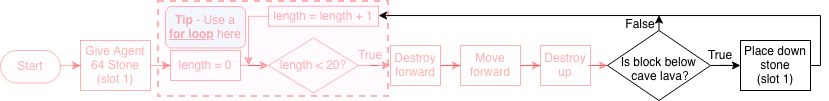
Before: tutorials/python-islands/island-7/autominer/images/flowchart-landscape_4.png, a diagram exported from draw.io (CausewayDigital/Minecraft-EE-MakeCode). Source tidied: cells renumbered, new cells last; positions are measured from the earlier drawing's top-left corner, leaving out a move shared by most shapes.
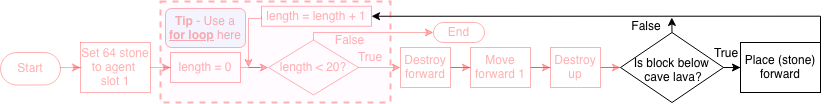
Later version of the same file.

Commit message:
Updated flowchart images for autominer

What changed in the source:
```diff
@@ -2,78 +2,90 @@
   <root>
     <mxCell id="0" />
     <mxCell id="1" parent="0" />
-    <mxCell id="2" style="edgeStyle=orthogonalEdgeStyle;rounded=0;jettySize=auto;html=1;strokeColor=#FF0000;opacity=30;fontColor=#FF0000;textOpacity=30;" parent="1" edge="1" target="4">
+    <mxCell id="2" style="edgeStyle=orthogonalEdgeStyle;rounded=0;jettySize=auto;html=1;fontColor=#FF0000;textOpacity=30;strokeColor=#FF0000;opacity=30;" parent="1" edge="1" target="4">
       <mxGeometry relative="1" as="geometry">
         <mxPoint x="60" y="64" as="sourcePoint" />
       </mxGeometry>
     </mxCell>
-    <mxCell id="3" style="edgeStyle=orthogonalEdgeStyle;rounded=0;jettySize=auto;html=1;shadow=0;strokeColor=#FF0000;opacity=30;fontColor=#FF0000;textOpacity=30;" parent="1" edge="1" source="4" target="6">
+    <mxCell id="3" style="edgeStyle=orthogonalEdgeStyle;rounded=0;jettySize=auto;html=1;shadow=0;fontColor=#FF0000;textOpacity=30;strokeColor=#FF0000;opacity=30;" parent="1" edge="1" source="4" target="6">
       <mxGeometry relative="1" as="geometry" />
     </mxCell>
-    <mxCell id="4" value="&lt;div&gt;Give Agent 64 Stone&lt;/div&gt;(slot 1)" style="rounded=0;whiteSpace=wrap;html=1;strokeColor=#FF0000;opacity=30;fontColor=#FF0000;textOpacity=30;" parent="1" vertex="1">
+    <mxCell id="4" value="Set 64 stone to agent&amp;nbsp;&lt;div&gt;slot 1&lt;/div&gt;" style="rounded=0;whiteSpace=wrap;html=1;fontColor=#FF0000;textOpacity=30;strokeColor=#FF0000;opacity=30;" parent="1" vertex="1">
       <mxGeometry x="80" y="39" width="70" height="50" as="geometry" />
     </mxCell>
-    <mxCell id="5" style="edgeStyle=orthogonalEdgeStyle;rounded=0;jettySize=auto;html=1;shadow=0;strokeColor=#FF0000;opacity=30;" parent="1" edge="1" source="6" target="8">
+    <mxCell id="5" style="edgeStyle=orthogonalEdgeStyle;rounded=0;jettySize=auto;html=1;shadow=0;fontColor=#FF0000;textOpacity=30;strokeColor=#FF0000;opacity=30;" parent="1" edge="1" source="6" target="8">
       <mxGeometry relative="1" as="geometry" />
     </mxCell>
-    <mxCell id="6" value="length = 0" style="rounded=0;whiteSpace=wrap;html=1;shadow=0;strokeColor=#FF0000;opacity=30;fontColor=#FF0000;textOpacity=30;" parent="1" vertex="1">
+    <mxCell id="6" value="length = 0" style="rounded=0;whiteSpace=wrap;html=1;shadow=0;fontColor=#FF0000;textOpacity=30;strokeColor=#FF0000;opacity=30;" parent="1" vertex="1">
       <mxGeometry x="170" y="49" width="70" height="30" as="geometry" />
     </mxCell>
-    <mxCell id="7" style="edgeStyle=orthogonalEdgeStyle;rounded=0;jettySize=auto;html=1;shadow=0;strokeColor=#FF0000;opacity=30;fontColor=#FF0000;textOpacity=30;" parent="1" edge="1" source="8" target="10">
+    <mxCell id="7" style="edgeStyle=orthogonalEdgeStyle;rounded=0;jettySize=auto;html=1;shadow=0;fontColor=#FF0000;textOpacity=30;strokeColor=#FF0000;opacity=30;" parent="1" edge="1" source="8" target="10">
       <mxGeometry relative="1" as="geometry" />
     </mxCell>
+    <mxCell id="28" style="edgeStyle=orthogonalEdgeStyle;rounded=0;jettySize=auto;html=1;exitX=0.5;exitY=0;exitDx=0;exitDy=0;fontSize=12;fontColor=#FF0000;textOpacity=30;strokeColor=#FF0000;opacity=30;" parent="1" edge="1" source="8" target="31">
+      <mxGeometry relative="1" as="geometry">
+        <Array as="points">
+          <mxPoint x="313" y="29" />
+        </Array>
+      </mxGeometry>
+    </mxCell>
+    <mxCell id="29" value="&lt;font style=&quot;font-size: 12px;&quot;&gt;False&lt;/font&gt;" style="edgeLabel;html=1;align=center;verticalAlign=middle;fontColor=#FF0000;textOpacity=30;" parent="28" vertex="1">
+      <mxGeometry x="-0.48" y="1" relative="1" as="geometry">
+        <mxPoint x="10" y="9" as="offset" />
+      </mxGeometry>
+    </mxCell>
-    <mxCell id="8" value="length &amp;lt; 20?" style="rhombus;whiteSpace=wrap;html=1;shadow=0;strokeColor=#FF0000;opacity=30;fontColor=#FF0000;textOpacity=30;" parent="1" vertex="1">
+    <mxCell id="8" value="length &amp;lt; 20?" style="rhombus;whiteSpace=wrap;html=1;shadow=0;fontColor=#FF0000;textOpacity=30;strokeColor=#FF0000;opacity=30;" parent="1" vertex="1">
       <mxGeometry x="268" y="36.5" width="90" height="55" as="geometry" />
     </mxCell>
     <mxCell id="9" style="edgeStyle=orthogonalEdgeStyle;rounded=0;jettySize=auto;html=1;shadow=0;strokeColor=#FF0000;opacity=30;fontColor=#FF0000;textOpacity=30;" parent="1" edge="1" source="10" target="12">
       <mxGeometry relative="1" as="geometry" />
     </mxCell>
     <mxCell id="10" value="Destroy forward" style="rounded=0;whiteSpace=wrap;html=1;shadow=0;strokeColor=#FF0000;opacity=30;fontColor=#FF0000;textOpacity=30;" parent="1" vertex="1">
-      <mxGeometry x="390" y="44" width="50" height="40" as="geometry" />
+      <mxGeometry x="400" y="44" width="50" height="40" as="geometry" />
     </mxCell>
     <mxCell id="11" style="edgeStyle=orthogonalEdgeStyle;rounded=0;jettySize=auto;html=1;exitX=1;exitY=0.5;exitDx=0;exitDy=0;shadow=0;strokeColor=#FF0000;opacity=30;fontColor=#FF0000;textOpacity=30;" parent="1" edge="1" source="12" target="14">
       <mxGeometry relative="1" as="geometry" />
     </mxCell>
-    <mxCell id="12" value="Move forward" style="rounded=0;whiteSpace=wrap;html=1;shadow=0;strokeColor=#FF0000;opacity=30;fontColor=#FF0000;textOpacity=30;" parent="1" vertex="1">
-      <mxGeometry x="460" y="44" width="60" height="40" as="geometry" />
+    <mxCell id="12" value="Move forward 1" style="rounded=0;whiteSpace=wrap;html=1;shadow=0;strokeColor=#FF0000;opacity=30;fontColor=#FF0000;textOpacity=30;" parent="1" vertex="1">
+      <mxGeometry x="470" y="44" width="60" height="40" as="geometry" />
     </mxCell>
-    <mxCell id="13" style="edgeStyle=orthogonalEdgeStyle;rounded=0;jettySize=auto;html=1;shadow=0;strokeColor=#FF0000;opacity=30;fontColor=#FF0000;textOpacity=30;" parent="1" edge="1" source="14" target="17">
+    <mxCell id="13" style="edgeStyle=orthogonalEdgeStyle;rounded=0;jettySize=auto;html=1;shadow=0;fontColor=#FF0000;textOpacity=30;strokeColor=#FF0000;opacity=30;" parent="1" edge="1" source="14" target="17">
       <mxGeometry relative="1" as="geometry" />
     </mxCell>
     <mxCell id="14" value="Destroy up" style="rounded=0;whiteSpace=wrap;html=1;shadow=0;strokeColor=#FF0000;opacity=30;fontColor=#FF0000;textOpacity=30;" parent="1" vertex="1">
-      <mxGeometry x="540" y="44" width="50" height="40" as="geometry" />
+      <mxGeometry x="550" y="44" width="50" height="40" as="geometry" />
     </mxCell>
-    <mxCell id="15" style="edgeStyle=orthogonalEdgeStyle;rounded=0;jettySize=auto;html=1;shadow=0;" parent="1" edge="1" source="17" target="19">
+    <mxCell id="15" style="edgeStyle=orthogonalEdgeStyle;rounded=0;jettySize=auto;html=1;shadow=0;fontColor=#000000;strokeColor=#000000;" parent="1" edge="1" source="17" target="19">
       <mxGeometry relative="1" as="geometry" />
     </mxCell>
-    <mxCell id="16" style="edgeStyle=orthogonalEdgeStyle;rounded=0;jettySize=auto;html=1;exitX=0.5;exitY=0;exitDx=0;exitDy=0;entryX=0.964;entryY=0.029;entryDx=0;entryDy=0;entryPerimeter=0;shadow=0;" parent="1" edge="1" source="17" target="22">
-      <mxGeometry relative="1" as="geometry" />
-    </mxCell>
+    <mxCell id="30" style="edgeStyle=orthogonalEdgeStyle;rounded=0;jettySize=auto;html=1;exitX=0.5;exitY=0;exitDx=0;exitDy=0;fontColor=#000000;strokeColor=#000000;" parent="1" edge="1" source="17">
+      <mxGeometry relative="1" as="geometry">
+        <mxPoint x="671.3" y="14" as="targetPoint" />
+      </mxGeometry>
+    </mxCell>
-    <mxCell id="17" value="Is block below&amp;nbsp;&lt;br&gt;cave lava?" style="rhombus;whiteSpace=wrap;html=1;verticalAlign=middle;spacingBottom=0;spacingTop=7;spacingLeft=3;shadow=0;" parent="1" vertex="1">
-      <mxGeometry x="607" y="29" width="103" height="70" as="geometry" />
+    <mxCell id="17" value="Is block below&amp;nbsp;&lt;br&gt;cave lava?" style="rhombus;whiteSpace=wrap;html=1;verticalAlign=middle;spacingBottom=0;spacingTop=7;spacingLeft=3;shadow=0;fontColor=#000000;strokeColor=#000000;" parent="1" vertex="1">
+      <mxGeometry x="620" y="29" width="103" height="70" as="geometry" />
     </mxCell>
-    <mxCell id="18" style="edgeStyle=orthogonalEdgeStyle;rounded=0;jettySize=auto;html=1;entryX=1;entryY=0.5;entryDx=0;entryDy=0;shadow=0;" parent="1" edge="1" source="19" target="24">
+    <mxCell id="18" style="edgeStyle=orthogonalEdgeStyle;rounded=0;jettySize=auto;html=1;exitX=1;exitY=0.5;exitDx=0;exitDy=0;entryX=1;entryY=0.5;entryDx=0;entryDy=0;fontColor=#000000;strokeColor=#000000;" parent="1" edge="1" source="19" target="24">
       <mxGeometry relative="1" as="geometry">
         <Array as="points">
-          <mxPoint x="820" y="64" />
-          <mxPoint x="820" y="14" />
-          <mxPoint x="378" y="14" />
+          <mxPoint x="820" y="13" />
         </Array>
       </mxGeometry>
     </mxCell>
-    <mxCell id="19" value="&lt;div&gt;Place down stone&lt;/div&gt;(slot 1)" style="rounded=0;whiteSpace=wrap;html=1;shadow=0;" parent="1" vertex="1">
-      <mxGeometry x="740" y="39" width="70" height="50" as="geometry" />
+    <mxCell id="19" value="&lt;div&gt;Place (stone) forward&lt;/div&gt;" style="rounded=0;whiteSpace=wrap;html=1;shadow=0;fontColor=#000000;strokeColor=#000000;" parent="1" vertex="1">
+      <mxGeometry x="740" y="39" width="80" height="50" as="geometry" />
     </mxCell>
-    <mxCell id="20" value="True&lt;span style=&quot;font-family: monospace; font-size: 0px;&quot;&gt;%3CmxGraphModel%3E%3Croot%3E%3CmxCell%20id%3D%220%22%2F%3E%3CmxCell%20id%3D%221%22%20parent%3D%220%22%2F%3E%3CmxCell%20id%3D%222%22%20value%3D%22destroy%20forward%22%20style%3D%22rounded%3D0%3BwhiteSpace%3Dwrap%3Bhtml%3D1%3B%22%20vertex%3D%221%22%20parent%3D%221%22%3E%3CmxGeometry%20x%3D%22240%22%20y%3D%22560%22%20width%3D%22120%22%20height%3D%2260%22%20as%3D%22geometry%22%2F%3E%3C%2FmxCell%3E%3C%2Froot%3E%3C%2FmxGraphModel%3E&lt;/span&gt;" style="text;html=1;align=center;verticalAlign=middle;whiteSpace=wrap;rounded=0;shadow=0;strokeColor=none;opacity=30;fontColor=#FF0000;textOpacity=30;" parent="1" vertex="1">
+    <mxCell id="20" value="True&lt;span style=&quot;font-family: monospace; font-size: 0px;&quot;&gt;%3CmxGraphModel%3E%3Croot%3E%3CmxCell%20id%3D%220%22%2F%3E%3CmxCell%20id%3D%221%22%20parent%3D%220%22%2F%3E%3CmxCell%20id%3D%222%22%20value%3D%22destroy%20forward%22%20style%3D%22rounded%3D0%3BwhiteSpace%3Dwrap%3Bhtml%3D1%3B%22%20vertex%3D%221%22%20parent%3D%221%22%3E%3CmxGeometry%20x%3D%22240%22%20y%3D%22560%22%20width%3D%22120%22%20height%3D%2260%22%20as%3D%22geometry%22%2F%3E%3C%2FmxCell%3E%3C%2Froot%3E%3C%2FmxGraphModel%3E&lt;/span&gt;" style="text;html=1;align=center;verticalAlign=middle;whiteSpace=wrap;rounded=0;shadow=0;fontColor=#FF0000;textOpacity=30;" parent="1" vertex="1">
       <mxGeometry x="350" y="44" width="40" height="20" as="geometry" />
     </mxCell>
-    <mxCell id="21" value="True&lt;span style=&quot;color: rgba(0 , 0 , 0 , 0) ; font-family: monospace ; font-size: 0px&quot;&gt;%3CmxGraphModel%3E%3Croot%3E%3CmxCell%20id%3D%220%22%2F%3E%3CmxCell%20id%3D%221%22%20parent%3D%220%22%2F%3E%3CmxCell%20id%3D%222%22%20value%3D%22destroy%20forward%22%20style%3D%22rounded%3D0%3BwhiteSpace%3Dwrap%3Bhtml%3D1%3B%22%20vertex%3D%221%22%20parent%3D%221%22%3E%3CmxGeometry%20x%3D%22240%22%20y%3D%22560%22%20width%3D%22120%22%20height%3D%2260%22%20as%3D%22geometry%22%2F%3E%3C%2FmxCell%3E%3C%2Froot%3E%3C%2FmxGraphModel%3E&lt;/span&gt;" style="text;html=1;align=center;verticalAlign=middle;whiteSpace=wrap;rounded=0;shadow=0;" parent="1" vertex="1">
-      <mxGeometry x="700" y="44" width="40" height="20" as="geometry" />
+    <mxCell id="21" value="True&lt;span style=&quot;font-family: monospace; font-size: 0px;&quot;&gt;%3CmxGraphModel%3E%3Croot%3E%3CmxCell%20id%3D%220%22%2F%3E%3CmxCell%20id%3D%221%22%20parent%3D%220%22%2F%3E%3CmxCell%20id%3D%222%22%20value%3D%22destroy%20forward%22%20style%3D%22rounded%3D0%3BwhiteSpace%3Dwrap%3Bhtml%3D1%3B%22%20vertex%3D%221%22%20parent%3D%221%22%3E%3CmxGeometry%20x%3D%22240%22%20y%3D%22560%22%20width%3D%22120%22%20height%3D%2260%22%20as%3D%22geometry%22%2F%3E%3C%2FmxCell%3E%3C%2Froot%3E%3C%2FmxGraphModel%3E&lt;/span&gt;" style="text;html=1;align=center;verticalAlign=middle;whiteSpace=wrap;rounded=0;shadow=0;fontColor=#000000;strokeColor=none;" parent="1" vertex="1">
+      <mxGeometry x="706" y="40" width="40" height="20" as="geometry" />
     </mxCell>
-    <mxCell id="22" value="False" style="text;html=1;align=center;verticalAlign=middle;whiteSpace=wrap;rounded=0;shadow=0;" parent="1" vertex="1">
-      <mxGeometry x="620" y="13" width="40" height="20" as="geometry" />
+    <mxCell id="22" value="False" style="text;html=1;align=center;verticalAlign=middle;whiteSpace=wrap;rounded=0;shadow=0;fontColor=#000000;strokeColor=none;" parent="1" vertex="1">
+      <mxGeometry x="626" y="12.8" width="40" height="20" as="geometry" />
     </mxCell>
-    <mxCell id="23" style="edgeStyle=orthogonalEdgeStyle;rounded=0;jettySize=auto;html=1;exitX=0;exitY=0.5;exitDx=0;exitDy=0;shadow=0;strokeColor=#FF0000;opacity=30;fontColor=#FF0000;textOpacity=30;" parent="1" edge="1" source="24">
+    <mxCell id="23" style="edgeStyle=orthogonalEdgeStyle;rounded=0;jettySize=auto;html=1;exitX=0;exitY=0.5;exitDx=0;exitDy=0;shadow=0;fontColor=#FF0000;textOpacity=30;strokeColor=#FF0000;opacity=30;" parent="1" edge="1" source="24">
       <mxGeometry relative="1" as="geometry">
         <mxPoint x="248" y="64" as="targetPoint" />
         <Array as="points">
@@ -81,17 +93,21 @@
         </Array>
       </mxGeometry>
     </mxCell>
-    <mxCell id="24" value="length = length + 1" style="rounded=0;whiteSpace=wrap;html=1;shadow=0;strokeColor=#FF0000;opacity=30;fontColor=#FF0000;textOpacity=30;" parent="1" vertex="1">
-      <mxGeometry x="268" y="4.8" width="110" height="20" as="geometry" />
+    <mxCell id="24" value="length = length + 1" style="rounded=0;whiteSpace=wrap;html=1;shadow=0;fontColor=#FF0000;textOpacity=30;strokeColor=#FF0000;opacity=30;" parent="1" vertex="1">
+      <mxGeometry x="261" y="2.8" width="110" height="20" as="geometry" />
     </mxCell>
-    <mxCell id="25" style="rounded=0;whiteSpace=wrap;html=1;fillColor=light-dark(#FB0FFF0D,#EDEDED0D);strokeColor=#FF0000;strokeWidth=2;dashed=1;perimeterSpacing=0;shadow=0;opacity=30;fontColor=#FF0000;textOpacity=30;" parent="1" vertex="1">
-      <mxGeometry x="158" width="230" height="95" as="geometry" />
-    </mxCell>
     <mxCell id="26" value="&lt;b&gt;Tip &lt;/b&gt;- Use a &lt;b&gt;&lt;u&gt;for loop&lt;/u&gt;&lt;/b&gt; here" style="text;html=1;whiteSpace=wrap;strokeColor=#FF0000;fillColor=#dae8fc;align=center;verticalAlign=middle;rounded=1;glass=0;shadow=0;opacity=30;fontColor=#FF0000;textOpacity=30;" parent="1" vertex="1">
-      <mxGeometry x="165" y="5" width="80" height="41.5" as="geometry" />
+      <mxGeometry x="165" y="5" width="80" height="39" as="geometry" />
     </mxCell>
-    <mxCell id="27" value="Start" style="html=1;dashed=0;whiteSpace=wrap;shape=mxgraph.dfd.start;strokeColor=#FF0000;opacity=30;fontColor=#FF0000;textOpacity=30;" parent="1" vertex="1">
+    <mxCell id="27" value="Start" style="html=1;dashed=0;whiteSpace=wrap;shape=mxgraph.dfd.start;fontColor=#FF0000;textOpacity=30;strokeColor=#FF0000;opacity=30;" parent="1" vertex="1">
       <mxGeometry y="49" width="60" height="32.5" as="geometry" />
     </mxCell>
+    <mxCell id="31" value="End" style="html=1;dashed=0;whiteSpace=wrap;shape=mxgraph.dfd.start;fontColor=#FF0000;textOpacity=30;strokeColor=#FF0000;opacity=30;" parent="1" vertex="1">
+      <mxGeometry x="433" y="19" width="51" height="20" as="geometry" />
+    </mxCell>
+    <mxCell id="32" value="Untitled Layer" parent="0" />
+    <mxCell id="25" style="rounded=0;whiteSpace=wrap;html=1;fillColor=light-dark(#FB0FFF0D,#EDEDED0D);strokeColor=#FF0000;strokeWidth=2;dashed=1;perimeterSpacing=0;shadow=0;opacity=30;" parent="32" vertex="1">
+      <mxGeometry x="160" y="-2" width="230" height="101" as="geometry" />
+    </mxCell>
   </root>
 </mxGraphModel>
```
